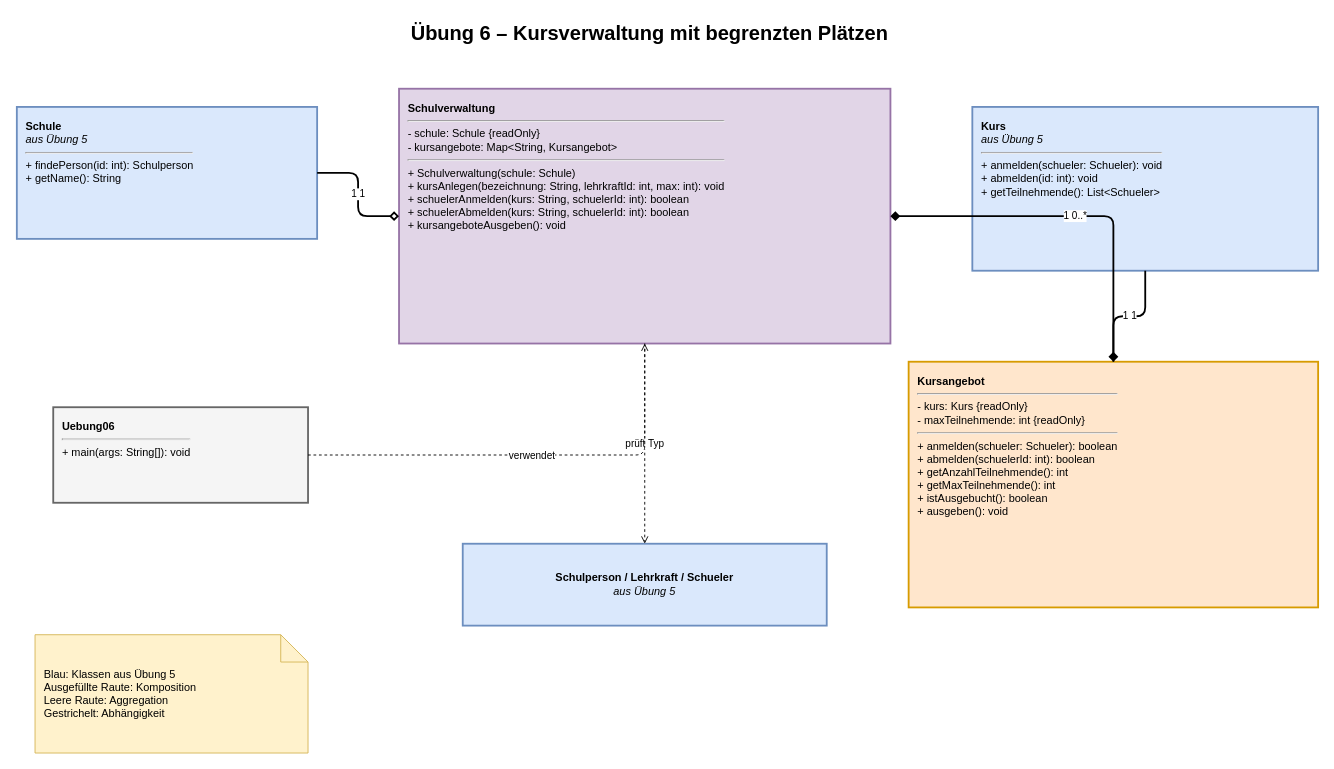
This is diagramme/uebung06_kursverwaltung.drawio from thehahue/oop, a draw.io file, before an edit. Source tidied: cells renumbered, new cells numbered last; positions are measured from the earlier drawing's top-left corner, leaving out a move shared by most shapes. Both pictures are drawn from the tidied source at 91%, with x=0, y=0 at pixel (16, 15).
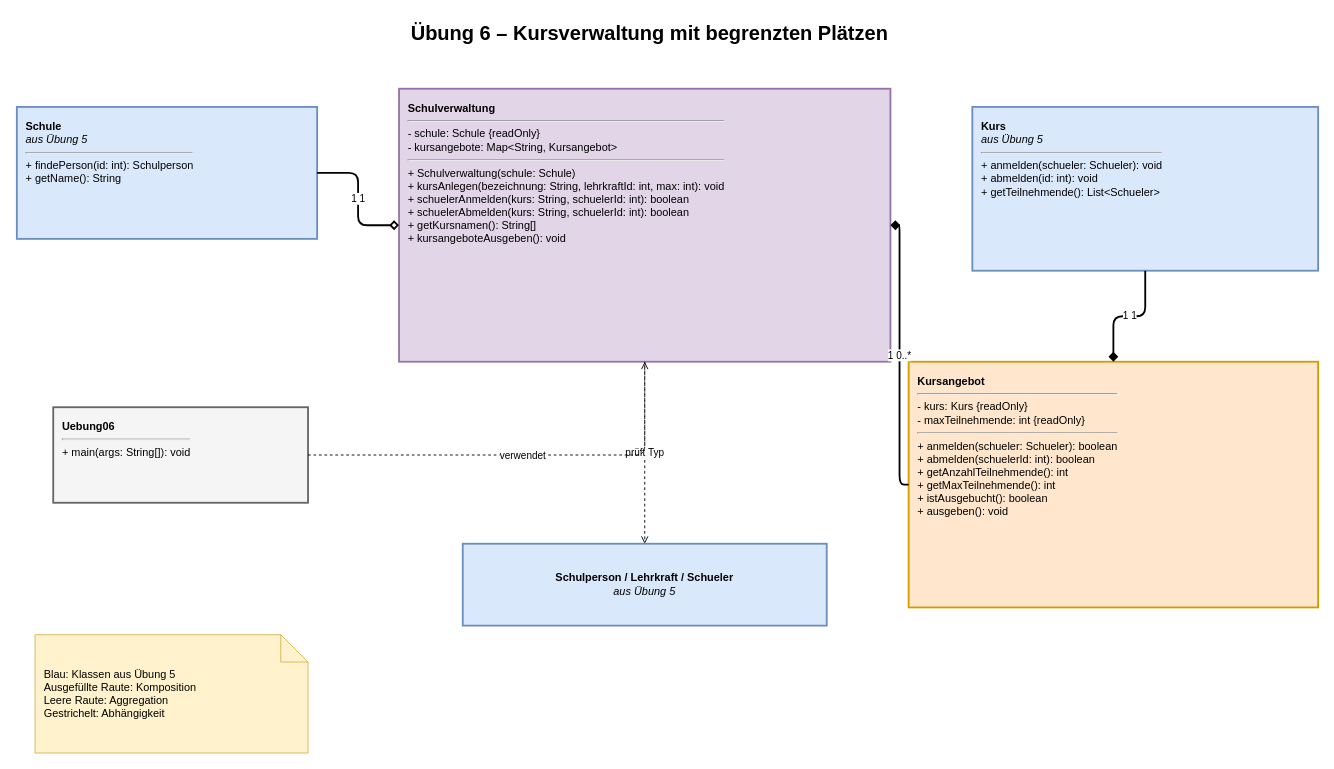
The same diagram, later.

Change to the diagram source:
```diff
@@
 <mxGraphModel>
   <root>
     <mxCell id="0" />
     <mxCell id="1" parent="0" />
     <mxCell id="2" value="Übung 6 – Kursverwaltung mit begrenzten Plätzen" style="text;html=1;align=center;fontSize=22;fontStyle=1;" parent="1" vertex="1">
       <mxGeometry x="370" width="650" height="40" as="geometry" />
     </mxCell>
     <mxCell id="3" value="&lt;b&gt;Schule&lt;/b&gt;&lt;br&gt;&lt;i&gt;aus Übung 5&lt;/i&gt;&lt;hr&gt;+ findePerson(id: int): Schulperson&lt;br&gt;+ getName(): String" style="rounded=0;verticalAlign=top;spacingTop=8;html=1;strokeWidth=2;fillColor=#dae8fc;strokeColor=#6c8ebf;align=left;spacingLeft=8;whiteSpace=wrap;" parent="1" vertex="1">
       <mxGeometry y="100" width="330" height="145" as="geometry" />
     </mxCell>
     <mxCell id="4" value="&lt;b&gt;Kurs&lt;/b&gt;&lt;br&gt;&lt;i&gt;aus Übung 5&lt;/i&gt;&lt;hr&gt;+ anmelden(schueler: Schueler): void&lt;br&gt;+ abmelden(id: int): void&lt;br&gt;+ getTeilnehmende(): List&amp;lt;Schueler&amp;gt;" style="rounded=0;verticalAlign=top;spacingTop=8;html=1;strokeWidth=2;fillColor=#dae8fc;strokeColor=#6c8ebf;align=left;spacingLeft=8;whiteSpace=wrap;" parent="1" vertex="1">
       <mxGeometry x="1050" y="100" width="380" height="180" as="geometry" />
     </mxCell>
     <mxCell id="5" value="&lt;b&gt;Schulperson / Lehrkraft / Schueler&lt;/b&gt;&lt;br&gt;&lt;i&gt;aus Übung 5&lt;/i&gt;" style="rounded=0;verticalAlign=middle;html=1;strokeWidth=2;fillColor=#dae8fc;strokeColor=#6c8ebf;align=center;whiteSpace=wrap;" parent="1" vertex="1">
       <mxGeometry x="490" y="580" width="400" height="90" as="geometry" />
     </mxCell>
-    <mxCell id="6" value="&lt;b&gt;Schulverwaltung&lt;/b&gt;&lt;hr&gt;- schule: Schule {readOnly}&lt;br&gt;- kursangebote: Map&amp;lt;String, Kursangebot&amp;gt;&lt;hr&gt;+ Schulverwaltung(schule: Schule)&lt;br&gt;+ kursAnlegen(bezeichnung: String, lehrkraftId: int, max: int): void&lt;br&gt;+ schuelerAnmelden(kurs: String, schuelerId: int): boolean&lt;br&gt;+ schuelerAbmelden(kurs: String, schuelerId: int): boolean&lt;br&gt;+ kursangeboteAusgeben(): void" style="rounded=0;verticalAlign=top;spacingTop=8;html=1;strokeWidth=2;fillColor=#e1d5e7;strokeColor=#9673a6;align=left;spacingLeft=8;whiteSpace=wrap;" parent="1" vertex="1">
-      <mxGeometry x="420" y="80" width="540" height="280" as="geometry" />
+    <mxCell id="6" value="&lt;b&gt;Schulverwaltung&lt;/b&gt;&lt;hr&gt;- schule: Schule {readOnly}&lt;br&gt;- kursangebote: Map&amp;lt;String, Kursangebot&amp;gt;&lt;hr&gt;+ Schulverwaltung(schule: Schule)&lt;br&gt;+ kursAnlegen(bezeichnung: String, lehrkraftId: int, max: int): void&lt;br&gt;+ schuelerAnmelden(kurs: String, schuelerId: int): boolean&lt;br&gt;+ schuelerAbmelden(kurs: String, schuelerId: int): boolean&lt;br&gt;+ getKursnamen(): String[]&lt;br&gt;+ kursangeboteAusgeben(): void" style="rounded=0;verticalAlign=top;spacingTop=8;html=1;strokeWidth=2;fillColor=#e1d5e7;strokeColor=#9673a6;align=left;spacingLeft=8;whiteSpace=wrap;" parent="1" vertex="1">
+      <mxGeometry x="420" y="80" width="540" height="300" as="geometry" />
     </mxCell>
     <mxCell id="7" value="&lt;b&gt;Kursangebot&lt;/b&gt;&lt;hr&gt;- kurs: Kurs {readOnly}&lt;br&gt;- maxTeilnehmende: int {readOnly}&lt;hr&gt;+ anmelden(schueler: Schueler): boolean&lt;br&gt;+ abmelden(schuelerId: int): boolean&lt;br&gt;+ getAnzahlTeilnehmende(): int&lt;br&gt;+ getMaxTeilnehmende(): int&lt;br&gt;+ istAusgebucht(): boolean&lt;br&gt;+ ausgeben(): void" style="rounded=0;verticalAlign=top;spacingTop=8;html=1;strokeWidth=2;fillColor=#ffe6cc;strokeColor=#d79b00;align=left;spacingLeft=8;whiteSpace=wrap;" parent="1" vertex="1">
       <mxGeometry x="980" y="380" width="450" height="270" as="geometry" />
     </mxCell>
     <mxCell id="8" value="&lt;b&gt;Uebung06&lt;/b&gt;&lt;hr&gt;+ main(args: String[]): void" style="rounded=0;verticalAlign=top;spacingTop=8;html=1;strokeWidth=2;fillColor=#f5f5f5;strokeColor=#666666;align=left;spacingLeft=8;whiteSpace=wrap;" parent="1" vertex="1">
       <mxGeometry x="40" y="430" width="280" height="105" as="geometry" />
     </mxCell>
     <mxCell id="9" value="1       1" style="edgeStyle=orthogonalEdgeStyle;html=1;startArrow=diamond;startFill=0;endArrow=none;strokeWidth=2;" parent="1" edge="1" source="6" target="3">
       <mxGeometry relative="1" as="geometry" />
     </mxCell>
     <mxCell id="10" value="1       0..*" style="edgeStyle=orthogonalEdgeStyle;html=1;startArrow=diamond;startFill=1;endArrow=none;strokeWidth=2;" parent="1" edge="1" source="6" target="7">
       <mxGeometry relative="1" as="geometry" />
     </mxCell>
     <mxCell id="11" value="1       1" style="edgeStyle=orthogonalEdgeStyle;html=1;startArrow=diamond;startFill=1;endArrow=none;strokeWidth=2;" parent="1" edge="1" source="7" target="4">
       <mxGeometry relative="1" as="geometry" />
     </mxCell>
     <mxCell id="12" value="prüft Typ" style="edgeStyle=orthogonalEdgeStyle;html=1;dashed=1;endArrow=open;endFill=0;" parent="1" edge="1" source="6" target="5">
       <mxGeometry relative="1" as="geometry" />
     </mxCell>
     <mxCell id="13" value="verwendet" style="edgeStyle=orthogonalEdgeStyle;html=1;dashed=1;endArrow=open;endFill=0;" parent="1" edge="1" source="8" target="6">
       <mxGeometry relative="1" as="geometry" />
     </mxCell>
     <mxCell id="14" value="Blau: Klassen aus Übung 5&#10;Ausgefüllte Raute: Komposition&#10;Leere Raute: Aggregation&#10;Gestrichelt: Abhängigkeit" style="shape=note;whiteSpace=wrap;html=1;fillColor=#fff2cc;strokeColor=#d6b656;align=left;spacingLeft=8;" parent="1" vertex="1">
       <mxGeometry x="20" y="680" width="300" height="130" as="geometry" />
     </mxCell>
   </root>
 </mxGraphModel>
```
